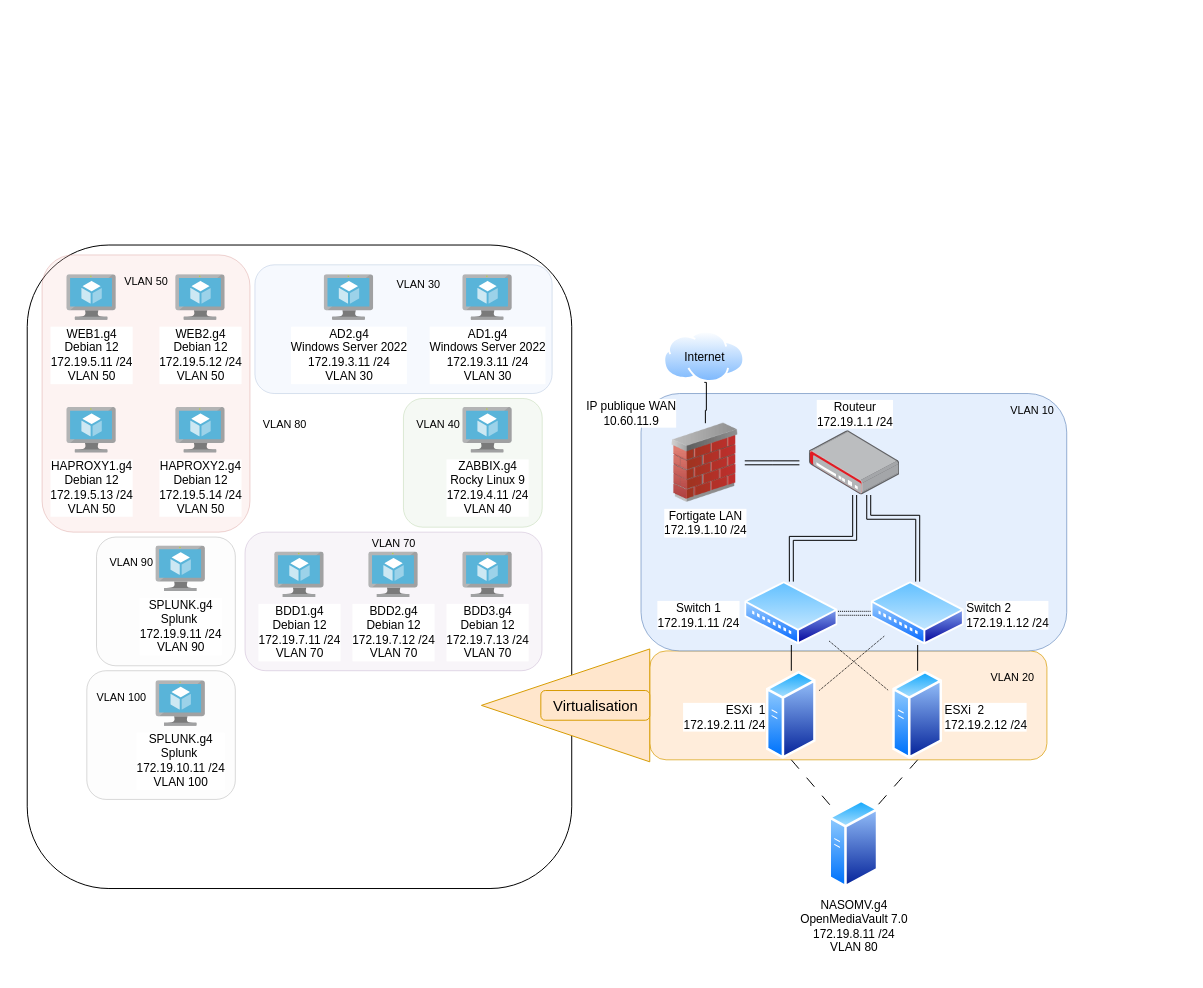
This is AISMedilab.drawio from TomMedn/Gaston_medical, a draw.io file, before an edit. Source tidied: cells renumbered, new cells numbered last; positions are measured from the earlier drawing's top-left corner, leaving out a move shared by most shapes. Both pictures are drawn from the tidied source at 99%, with x=0, y=0 at pixel (27, 245).
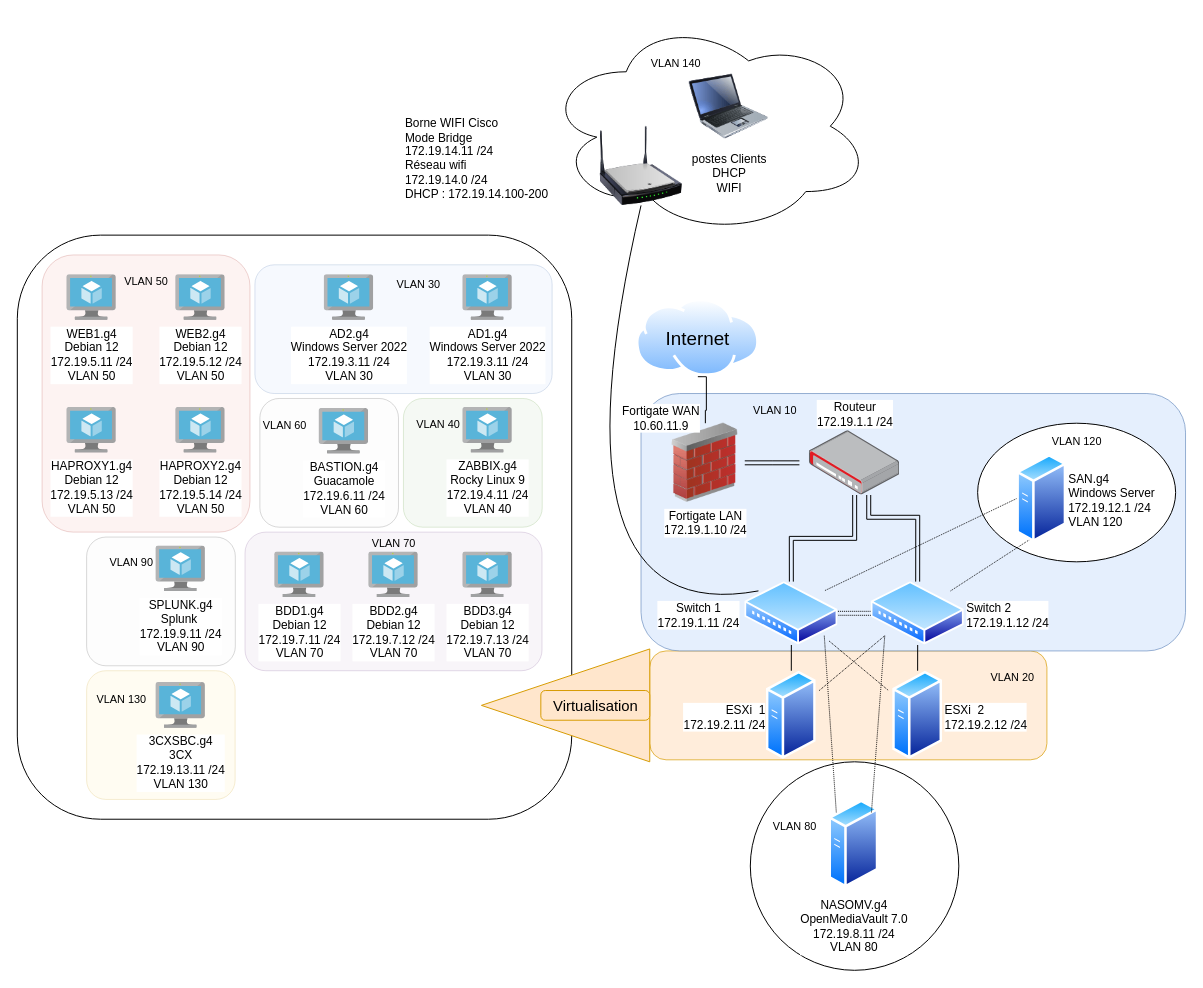
The same page after the edit.

Commit message:
Mettre à jour AISMedilab.drawio

The change refers to these unchanged cells:
```xml
<mxCell id="2" value="NASOMV.g4&lt;br&gt;OpenMediaVault &lt;span class=&quot;w8qArf&quot;&gt;&lt;/span&gt;&lt;span&gt;&lt;span class=&quot;LrzXr kno-fv wHYlTd z8gr9e&quot;&gt;7.0&lt;/span&gt;&lt;/span&gt;&lt;div&gt;172.19.8.11 /24&lt;/div&gt;&lt;div&gt;VLAN 80&lt;br&gt; &lt;/div&gt;" style="image;perimeter=ellipsePerimeter;html=1;align=center;shadow=0;dashed=0;spacingTop=3;image=img/lib/active_directory/generic_server.svg;labelPosition=center;verticalLabelPosition=bottom;verticalAlign=top;" parent="1" vertex="1">
  <mxGeometry x="809.8" y="560" width="50.4" height="90" as="geometry" />
</mxCell>
<mxCell id="16" value="Switch 1 &lt;br&gt;&lt;div&gt;172.19.1.11 /24&lt;/div&gt;" style="image;perimeter=ellipsePerimeter;html=1;align=center;shadow=0;dashed=0;spacingTop=3;image=img/lib/active_directory/wiring_hub.svg;labelPosition=left;verticalLabelPosition=middle;verticalAlign=middle;" parent="1" vertex="1">
  <mxGeometry x="724.8" y="340" width="94.1" height="64" as="geometry" />
</mxCell>
<mxCell id="18" value="&lt;div&gt;Switch 2&lt;/div&gt;&lt;div&gt;172.19.1.12  /24&lt;/div&gt;" style="image;perimeter=ellipsePerimeter;html=1;align=left;shadow=0;dashed=0;spacingTop=3;image=img/lib/active_directory/wiring_hub.svg;labelPosition=right;verticalLabelPosition=middle;verticalAlign=middle;" parent="1" vertex="1">
  <mxGeometry x="852.4" y="340" width="94.1" height="64" as="geometry" />
</mxCell>
<mxCell id="21" value="ESXi&amp;nbsp; 1&lt;br&gt;172.19.2.11 /24" style="image;perimeter=ellipsePerimeter;html=1;align=right;shadow=0;dashed=0;spacingTop=3;image=img/lib/active_directory/generic_server.svg;labelPosition=left;verticalLabelPosition=middle;verticalAlign=middle;" parent="1" vertex="1">
  <mxGeometry x="746.6" y="430" width="50.4" height="90" as="geometry" />
</mxCell>
<mxCell id="24" value="ESXi&amp;nbsp; 2&lt;br&gt;&lt;div&gt;172.19.2.12 /24&lt;/div&gt;" style="image;perimeter=ellipsePerimeter;html=1;align=left;shadow=0;dashed=0;spacingTop=3;image=img/lib/active_directory/generic_server.svg;labelPosition=right;verticalLabelPosition=middle;verticalAlign=middle;" parent="1" vertex="1">
  <mxGeometry x="874.2" y="430" width="50.4" height="90" as="geometry" />
</mxCell>
```

Change to the diagram source:
```diff
@@
+    <mxCell id="54" style="ellipse;whiteSpace=wrap;html=1;" parent="1" vertex="1">
+      <mxGeometry x="730.4" y="522" width="210.6" height="210.6" as="geometry" />
+    </mxCell>
@@
     <mxCell id="3" style="rounded=1;whiteSpace=wrap;html=1;" parent="1" vertex="1">
-      <mxGeometry width="550" height="650" as="geometry" />
+      <mxGeometry x="-10" y="-10" width="560" height="590" as="geometry" />
     </mxCell>
@@
     <mxCell id="6" style="rounded=1;whiteSpace=wrap;html=1;opacity=70;fillColor=#dae8fc;strokeColor=#6c8ebf;" parent="1" vertex="1">
-      <mxGeometry x="620" y="150" width="430" height="260" as="geometry" />
+      <mxGeometry x="620" y="150" width="550" height="260" as="geometry" />
     </mxCell>
@@
-    <mxCell id="9" value="Internet" style="image;perimeter=ellipsePerimeter;html=1;align=center;shadow=0;dashed=0;spacingTop=3;image=img/lib/active_directory/internet_cloud.svg;horizontal=1;verticalAlign=middle;labelPosition=center;verticalLabelPosition=middle;labelBackgroundColor=none;" parent="1" vertex="1">
-      <mxGeometry x="643" y="87.2" width="81.8" height="51.5" as="geometry" />
+    <mxCell id="9" value="Internet" style="image;perimeter=ellipsePerimeter;html=1;align=center;shadow=0;dashed=0;spacingTop=3;image=img/lib/active_directory/internet_cloud.svg;horizontal=1;verticalAlign=middle;labelPosition=center;verticalLabelPosition=middle;labelBackgroundColor=none;fontSize=19;" parent="1" vertex="1">
+      <mxGeometry x="615" y="54.4" width="124.8" height="78.6" as="geometry" />
     </mxCell>
@@
-    <mxCell id="12" value="IP publique WAN&lt;br&gt;10.60.11.9" style="text;html=1;align=center;verticalAlign=middle;strokeColor=none;fillColor=none;labelBackgroundColor=default;" parent="1" vertex="1">
-      <mxGeometry x="550" y="150" width="120" height="40" as="geometry" />
+    <mxCell id="12" value="Fortigate WAN&lt;br&gt;10.60.11.9" style="text;html=1;align=center;verticalAlign=middle;strokeColor=none;fillColor=none;labelBackgroundColor=default;" parent="1" vertex="1">
+      <mxGeometry x="590" y="155" width="100" height="40" as="geometry" />
     </mxCell>
@@
-    <mxCell id="20" style="edgeStyle=none;curved=1;rounded=0;jettySize=auto;html=1;exitX=0.5;exitY=1;exitDx=0;exitDy=0;entryX=0;entryY=0;entryDx=0;entryDy=0;fontSize=12;startSize=8;endSize=8;endArrow=none;endFill=0;dashed=1;dashPattern=12 12;" parent="1" edge="1" source="21" target="2">
+    <mxCell id="20" style="edgeStyle=none;curved=1;rounded=0;jettySize=auto;html=1;exitX=1;exitY=1;exitDx=0;exitDy=0;entryX=0;entryY=0;entryDx=0;entryDy=0;fontSize=12;startSize=8;endSize=8;endArrow=none;endFill=0;dashed=1;dashPattern=1 1;" parent="1" edge="1" source="16" target="2">
       <mxGeometry relative="1" as="geometry" />
     </mxCell>
@@
-    <mxCell id="23" style="edgeStyle=none;curved=1;rounded=0;jettySize=auto;html=1;exitX=0.5;exitY=1;exitDx=0;exitDy=0;entryX=1;entryY=0;entryDx=0;entryDy=0;fontSize=12;startSize=8;endSize=8;endArrow=none;endFill=0;dashed=1;dashPattern=12 12;" parent="1" edge="1" source="24" target="2">
+    <mxCell id="23" style="edgeStyle=none;curved=1;rounded=0;jettySize=auto;html=1;exitX=0;exitY=1;exitDx=0;exitDy=0;entryX=1;entryY=0;entryDx=0;entryDy=0;fontSize=12;startSize=8;endSize=8;endArrow=none;endFill=0;dashed=1;dashPattern=1 1;" parent="1" edge="1" source="18" target="2">
       <mxGeometry relative="1" as="geometry" />
     </mxCell>
@@
     <mxCell id="32" value="&lt;font style=&quot;font-size: 11px;&quot;&gt;VLAN 10&lt;/font&gt;" style="text;html=1;align=center;verticalAlign=middle;strokeColor=none;fillColor=none;fontSize=16;" parent="1" vertex="1">
-      <mxGeometry x="980" y="150" width="70" height="30" as="geometry" />
+      <mxGeometry x="720" y="150" width="70" height="30" as="geometry" />
     </mxCell>
@@
     <mxCell id="47" value="&lt;font style=&quot;font-size: 11px;&quot;&gt;VLAN 80&lt;/font&gt;" style="text;html=1;align=center;verticalAlign=middle;strokeColor=none;fillColor=none;fontSize=16;" parent="1" vertex="1">
-      <mxGeometry x="225" y="164" width="70" height="30" as="geometry" />
+      <mxGeometry x="739.8" y="570" width="70" height="30" as="geometry" />
     </mxCell>
     <mxCell id="48" style="rounded=1;whiteSpace=wrap;html=1;fillColor=#f5f5f5;strokeColor=#666666;opacity=25;fontColor=#333333;" parent="1" vertex="1">
-      <mxGeometry x="70" y="295" width="140.2" height="130" as="geometry" />
+      <mxGeometry x="60" y="295" width="150.2" height="130" as="geometry" />
     </mxCell>
@@
     <mxCell id="51" style="rounded=1;whiteSpace=wrap;html=1;fillColor=#f5f5f5;strokeColor=#666666;opacity=25;fontColor=#333333;" parent="1" vertex="1">
-      <mxGeometry x="60.2" y="430" width="150" height="130" as="geometry" />
+      <mxGeometry x="235" y="155" width="140" height="130" as="geometry" />
     </mxCell>
-    <mxCell id="52" value="SPLUNK.g4&lt;br&gt;Splunk&amp;nbsp; &lt;br&gt;&lt;span class=&quot;w8qArf&quot;&gt;&lt;/span&gt;&lt;span&gt;&lt;span class=&quot;LrzXr kno-fv wHYlTd z8gr9e&quot;&gt;&lt;/span&gt;&lt;/span&gt;&lt;div&gt;172.19.10.11 /24&lt;/div&gt;&lt;div&gt;VLAN 100&lt;br&gt; &lt;/div&gt;" style="image;sketch=0;html=1;align=center;fontSize=12;image=img/lib/mscae/Virtual_Machine.svg;" parent="1" vertex="1">
-      <mxGeometry x="130" y="440" width="50" height="46" as="geometry" />
+    <mxCell id="52" value="BASTION.g4&lt;br&gt;Guacamole&lt;br&gt;&lt;span class=&quot;w8qArf&quot;&gt;&lt;/span&gt;&lt;span&gt;&lt;span class=&quot;LrzXr kno-fv wHYlTd z8gr9e&quot;&gt;&lt;/span&gt;&lt;/span&gt;&lt;div&gt;172.19.6.11 /24&lt;/div&gt;&lt;div&gt;VLAN 60&lt;br&gt; &lt;/div&gt;" style="image;sketch=0;html=1;align=center;fontSize=12;image=img/lib/mscae/Virtual_Machine.svg;" parent="1" vertex="1">
+      <mxGeometry x="294.8" y="165" width="50" height="46" as="geometry" />
     </mxCell>
-    <mxCell id="53" value="&lt;font style=&quot;font-size: 11px;&quot;&gt;VLAN 100&lt;/font&gt;" style="text;html=1;align=center;verticalAlign=middle;strokeColor=none;fillColor=none;fontSize=16;" parent="1" vertex="1">
-      <mxGeometry x="60.2" y="440" width="70" height="30" as="geometry" />
+    <mxCell id="53" value="&lt;font style=&quot;font-size: 11px;&quot;&gt;VLAN 60&lt;/font&gt;" style="text;html=1;align=center;verticalAlign=middle;strokeColor=none;fillColor=none;fontSize=16;" parent="1" vertex="1">
+      <mxGeometry x="225" y="165" width="70" height="30" as="geometry" />
     </mxCell>
+    <mxCell id="55" style="ellipse;whiteSpace=wrap;html=1;" parent="1" vertex="1">
+      <mxGeometry x="960" y="180" width="200" height="140" as="geometry" />
+    </mxCell>
+    <mxCell id="56" style="edgeStyle=none;curved=1;rounded=0;jettySize=auto;html=1;exitX=0.25;exitY=1;exitDx=0;exitDy=0;entryX=1;entryY=0;entryDx=0;entryDy=0;fontSize=12;startSize=8;endSize=8;endArrow=none;endFill=0;dashed=1;dashPattern=1 1;" parent="1" edge="1" source="58" target="18">
+      <mxGeometry relative="1" as="geometry" />
+    </mxCell>
+    <mxCell id="57" style="edgeStyle=none;curved=1;rounded=0;jettySize=auto;html=1;exitX=0;exitY=0.5;exitDx=0;exitDy=0;entryX=1;entryY=0;entryDx=0;entryDy=0;fontSize=12;startSize=8;endSize=8;endArrow=none;endFill=0;dashed=1;dashPattern=1 1;" parent="1" edge="1" source="58" target="16">
+      <mxGeometry relative="1" as="geometry" />
+    </mxCell>
+    <mxCell id="58" value="&lt;div&gt;SAN.g4&lt;/div&gt;&lt;div&gt;Windows Server &lt;br&gt;&lt;/div&gt;&lt;div&gt;172.19.12.1 /24&lt;/div&gt;&lt;div&gt;VLAN 120&lt;br&gt; &lt;/div&gt;" style="image;perimeter=ellipsePerimeter;html=1;align=left;shadow=0;dashed=0;spacingTop=3;image=img/lib/active_directory/generic_server.svg;labelPosition=right;verticalLabelPosition=middle;verticalAlign=middle;" parent="1" vertex="1">
+      <mxGeometry x="999.6" y="211" width="50.4" height="90" as="geometry" />
+    </mxCell>
+    <mxCell id="59" value="&lt;font style=&quot;font-size: 11px;&quot;&gt;VLAN 120&lt;/font&gt;" style="text;html=1;align=center;verticalAlign=middle;strokeColor=none;fillColor=none;fontSize=16;" parent="1" vertex="1">
+      <mxGeometry x="1025" y="181" width="70" height="30" as="geometry" />
+    </mxCell>
+    <mxCell id="60" style="rounded=1;whiteSpace=wrap;html=1;fillColor=#fff2cc;strokeColor=#d6b656;opacity=25;" parent="1" vertex="1">
+      <mxGeometry x="60" y="430" width="150" height="130" as="geometry" />
+    </mxCell>
+    <mxCell id="61" style="ellipse;shape=cloud;whiteSpace=wrap;html=1;" parent="1" vertex="1">
+      <mxGeometry x="522.6" y="-230" width="329.8" height="220" as="geometry" />
+    </mxCell>
+    <mxCell id="62" value="3CXSBC.g4&lt;br&gt;3CX&lt;br&gt;&lt;span class=&quot;w8qArf&quot;&gt;&lt;/span&gt;&lt;span&gt;&lt;span class=&quot;LrzXr kno-fv wHYlTd z8gr9e&quot;&gt;&lt;/span&gt;&lt;/span&gt;&lt;div&gt;172.19.13.11 /24&lt;/div&gt;&lt;div&gt;VLAN 130&lt;br&gt; &lt;/div&gt;" style="image;sketch=0;html=1;align=center;fontSize=12;image=img/lib/mscae/Virtual_Machine.svg;" parent="1" vertex="1">
+      <mxGeometry x="130" y="442" width="50" height="46" as="geometry" />
+    </mxCell>
+    <mxCell id="63" value="&lt;font style=&quot;font-size: 11px;&quot;&gt;VLAN 130&lt;/font&gt;" style="text;html=1;align=center;verticalAlign=middle;strokeColor=none;fillColor=none;fontSize=16;" parent="1" vertex="1">
+      <mxGeometry x="60" y="442" width="70" height="30" as="geometry" />
+    </mxCell>
+    <mxCell id="64" value="&lt;div align=&quot;left&quot;&gt;Borne WIFI Cisco&lt;/div&gt;&lt;div align=&quot;left&quot;&gt;Mode Bridge&lt;/div&gt;&lt;div align=&quot;left&quot;&gt;172.19.14.11 /24&lt;/div&gt;&lt;div align=&quot;left&quot;&gt;Réseau wifi &lt;br&gt;172.19.14.0 /24&lt;br&gt;DHCP : 172.19.14.100-200&lt;br&gt;&lt;/div&gt;&lt;div align=&quot;left&quot;&gt;&lt;br&gt;&lt;/div&gt;" style="image;html=1;image=img/lib/clip_art/networking/Wireless_Router_N_128x128.png;labelPosition=left;verticalLabelPosition=middle;align=left;verticalAlign=middle;" parent="1" vertex="1">
+      <mxGeometry x="540" y="-120" width="160" height="80" as="geometry" />
+    </mxCell>
+    <mxCell id="65" style="edgeStyle=none;curved=1;rounded=0;jettySize=auto;html=1;exitX=0;exitY=0;exitDx=0;exitDy=0;fontSize=12;startSize=8;endSize=8;entryX=0.5;entryY=1;entryDx=0;entryDy=0;endArrow=none;endFill=0;" parent="1" edge="1" source="16" target="64">
+      <mxGeometry relative="1" as="geometry">
+        <Array as="points">
+          <mxPoint x="520" y="390" />
+        </Array>
+      </mxGeometry>
+    </mxCell>
+    <mxCell id="66" value="&lt;div&gt;postes Clients&lt;/div&gt;&lt;div&gt;DHCP&lt;/div&gt;&lt;div&gt;WIFI&lt;br&gt;&lt;/div&gt;" style="image;html=1;image=img/lib/clip_art/computers/Laptop_128x128.png;" parent="1" vertex="1">
+      <mxGeometry x="668.8" y="-180" width="80" height="80" as="geometry" />
+    </mxCell>
+    <mxCell id="67" value="&lt;font style=&quot;font-size: 11px;&quot;&gt;VLAN 140&lt;/font&gt;" style="text;html=1;align=center;verticalAlign=middle;strokeColor=none;fillColor=none;fontSize=16;" parent="1" vertex="1">
+      <mxGeometry x="620" y="-200" width="70" height="30" as="geometry" />
+    </mxCell>
```
